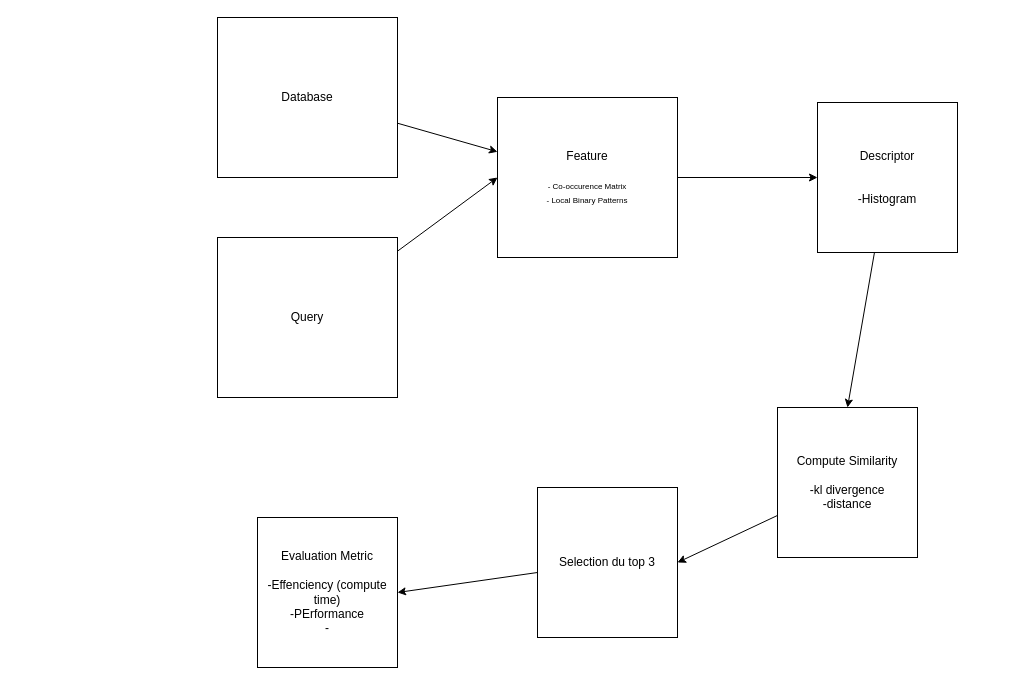
Above: TP1/draft.drawio in Depdx/INF6804-Computer-Vision (draw.io), before the change. Source tidied: cells renumbered, new cells numbered last; positions are measured from the earlier drawing's top-left corner, leaving out a move shared by most shapes. Both pictures are drawn from the tidied source at 100%, with x=0, y=0 at pixel (217, 17).
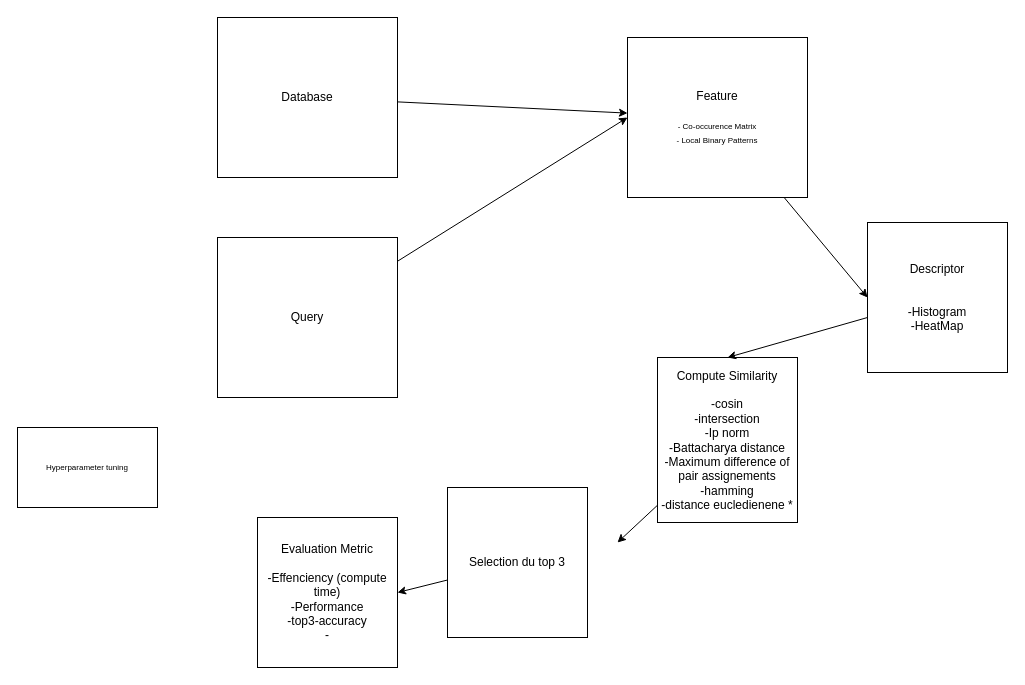
Above is the later version.

Commit message:
completed draft

The edit, as a diff of the source:
```diff
@@
 <mxGraphModel>
   <root>
     <mxCell id="0" />
     <mxCell id="1" parent="0" />
     <mxCell id="2" style="edgeStyle=none;html=1;entryX=0;entryY=0.5;entryDx=0;entryDy=0;fontSize=8;" parent="1" edge="1" source="3" target="7">
       <mxGeometry relative="1" as="geometry" />
     </mxCell>
     <mxCell id="3" value="Feature&lt;br&gt;&lt;br&gt;&lt;font style=&quot;font-size: 8px;&quot;&gt;- Co-occurence Matrix&lt;br&gt;- Local Binary Patterns&lt;/font&gt;" style="rounded=0;whiteSpace=wrap;html=1;" parent="1" vertex="1">
-      <mxGeometry x="280" y="80" width="180" height="160" as="geometry" />
+      <mxGeometry x="410" y="20" width="180" height="160" as="geometry" />
     </mxCell>
-    <mxCell id="4" style="edgeStyle=none;html=1;entryX=1;entryY=0.5;entryDx=0;entryDy=0;fontSize=8;" parent="1" edge="1" source="5" target="9">
-      <mxGeometry relative="1" as="geometry" />
+    <mxCell id="4" style="edgeStyle=none;html=1;entryX=1;entryY=0.5;entryDx=0;entryDy=0;fontSize=8;" parent="1" edge="1" source="5">
+      <mxGeometry relative="1" as="geometry">
+        <mxPoint x="400" y="525" as="targetPoint" />
+      </mxGeometry>
     </mxCell>
-    <mxCell id="5" value="Compute Similarity&lt;br&gt;&lt;br&gt;-kl divergence&lt;br&gt;-distance" style="rounded=0;whiteSpace=wrap;html=1;" parent="1" vertex="1">
-      <mxGeometry x="560" y="390" width="140" height="150" as="geometry" />
+    <mxCell id="5" value="Compute Similarity&lt;br&gt;&lt;br&gt;-cosin&lt;br&gt;-intersection&lt;br&gt;-Ip norm&lt;br&gt;-Battacharya distance&lt;br&gt;-Maximum difference of pair assignements&lt;br&gt;-hamming&lt;br&gt;-distance eucledienene *&lt;br&gt;" style="rounded=0;whiteSpace=wrap;html=1;" parent="1" vertex="1">
+      <mxGeometry x="440" y="340" width="140" height="165" as="geometry" />
     </mxCell>
     <mxCell id="6" style="edgeStyle=none;html=1;entryX=0.5;entryY=0;entryDx=0;entryDy=0;fontSize=8;" parent="1" edge="1" source="7" target="5">
       <mxGeometry relative="1" as="geometry" />
     </mxCell>
-    <mxCell id="7" value="Descriptor&lt;br&gt;&lt;br&gt;&lt;br&gt;-Histogram" style="rounded=0;whiteSpace=wrap;html=1;" parent="1" vertex="1">
-      <mxGeometry x="600" y="85" width="140" height="150" as="geometry" />
+    <mxCell id="7" value="Descriptor&lt;br&gt;&lt;br&gt;&lt;br&gt;-Histogram&lt;br&gt;-HeatMap&lt;br&gt;" style="rounded=0;whiteSpace=wrap;html=1;" parent="1" vertex="1">
+      <mxGeometry x="650" y="205" width="140" height="150" as="geometry" />
     </mxCell>
     <mxCell id="8" style="edgeStyle=none;html=1;entryX=1;entryY=0.5;entryDx=0;entryDy=0;fontSize=8;" parent="1" edge="1" source="9" target="14">
       <mxGeometry relative="1" as="geometry" />
     </mxCell>
     <mxCell id="9" value="Selection du top 3&lt;br&gt;" style="rounded=0;whiteSpace=wrap;html=1;" parent="1" vertex="1">
-      <mxGeometry x="320" y="470" width="140" height="150" as="geometry" />
+      <mxGeometry x="230" y="470" width="140" height="150" as="geometry" />
     </mxCell>
     <mxCell id="10" style="edgeStyle=none;html=1;fontSize=8;" parent="1" edge="1" source="11" target="3">
       <mxGeometry relative="1" as="geometry" />
     </mxCell>
     <mxCell id="11" value="Database&lt;br&gt;" style="rounded=0;whiteSpace=wrap;html=1;" parent="1" vertex="1">
       <mxGeometry width="180" height="160" as="geometry" />
     </mxCell>
     <mxCell id="12" style="edgeStyle=none;html=1;entryX=0;entryY=0.5;entryDx=0;entryDy=0;fontSize=8;" parent="1" edge="1" source="13" target="3">
       <mxGeometry relative="1" as="geometry" />
     </mxCell>
     <mxCell id="13" value="Query" style="rounded=0;whiteSpace=wrap;html=1;" parent="1" vertex="1">
       <mxGeometry y="220" width="180" height="160" as="geometry" />
     </mxCell>
-    <mxCell id="14" value="Evaluation Metric&lt;br&gt;&lt;br&gt;-Effenciency (compute time)&lt;br&gt;-PErformance&lt;br&gt;-" style="rounded=0;whiteSpace=wrap;html=1;" parent="1" vertex="1">
+    <mxCell id="14" value="Evaluation Metric&lt;br&gt;&lt;br&gt;-Effenciency (compute time)&lt;br&gt;-Performance&lt;br&gt;-top3-accuracy&lt;br&gt;-" style="rounded=0;whiteSpace=wrap;html=1;" parent="1" vertex="1">
       <mxGeometry x="40" y="500" width="140" height="150" as="geometry" />
     </mxCell>
+    <mxCell id="15" value="Hyperparameter tuning" style="rounded=0;whiteSpace=wrap;html=1;fontSize=8;" parent="1" vertex="1">
+      <mxGeometry x="-200" y="410" width="140" height="80" as="geometry" />
+    </mxCell>
   </root>
 </mxGraphModel>
```
